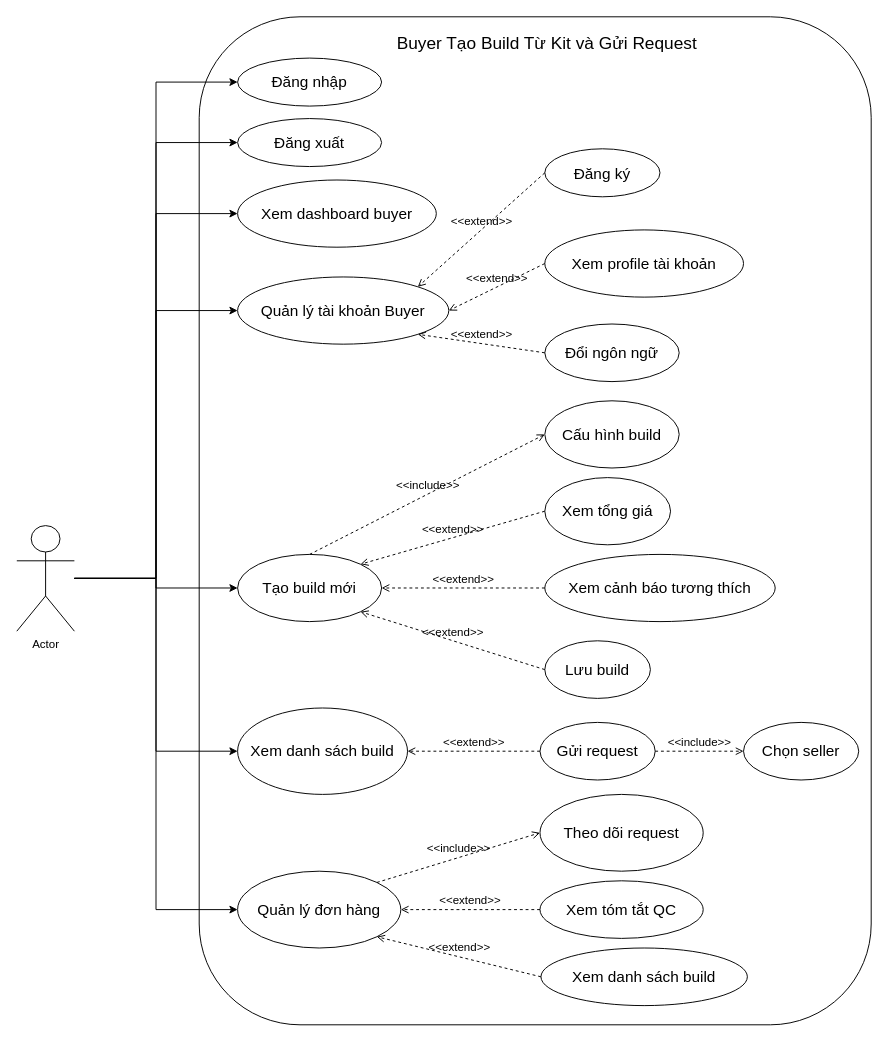
Earlier version of the draw.io diagram Buyer.drawio (hoanghieutien2006-svg/KyThuatPhanMem). Source tidied: cells renumbered, new cells numbered last; positions are measured from the earlier drawing's top-left corner, leaving out a move shared by most shapes. Both pictures are drawn from the tidied source at 96%, with x=0, y=0 at pixel (16, 16).
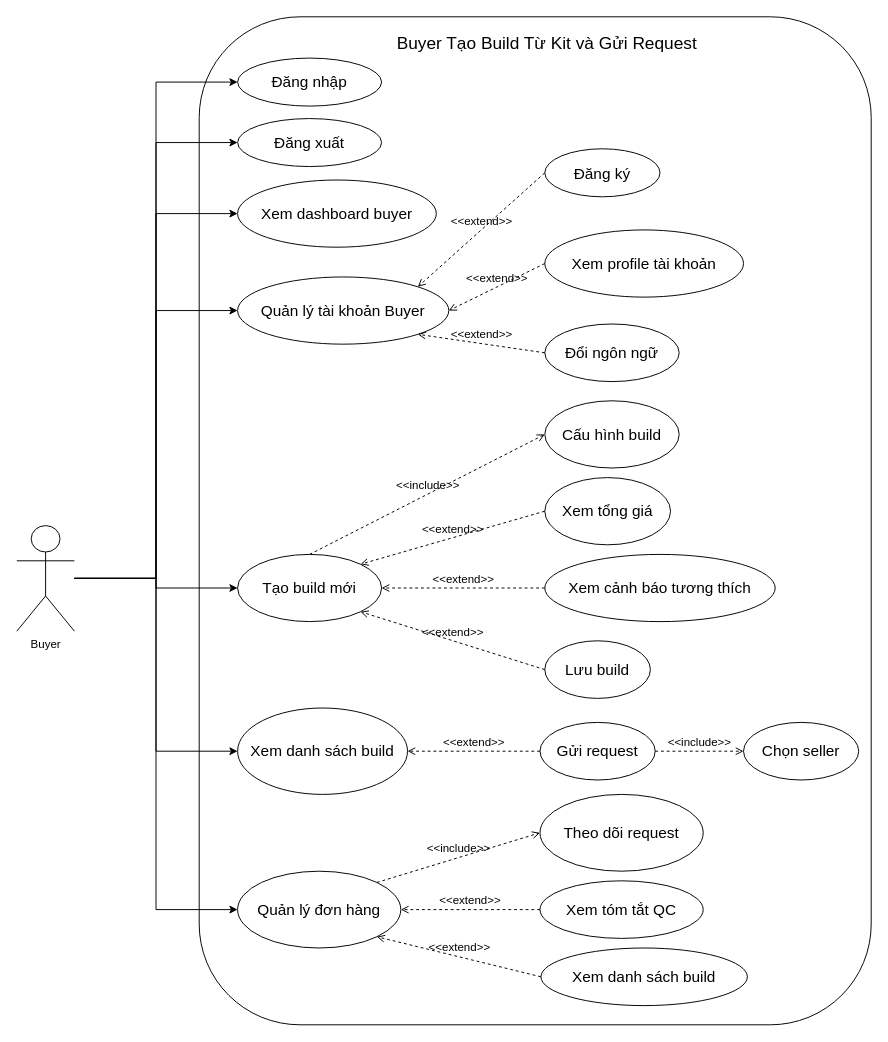
The same diagram, later.

The edit, as a diff of the source:
```diff
@@
-    <mxCell id="10" value="Actor" style="shape=umlActor;verticalLabelPosition=bottom;verticalAlign=top;html=1;outlineConnect=0;align=center;fontFamily=Helvetica;fontSize=12;fontColor=default;fillColor=none;gradientColor=none;" parent="1" vertex="1">
+    <mxCell id="10" value="Buyer&lt;div&gt;&lt;br&gt;&lt;/div&gt;" style="shape=umlActor;verticalLabelPosition=bottom;verticalAlign=top;html=1;outlineConnect=0;align=center;fontFamily=Helvetica;fontSize=12;fontColor=default;fillColor=none;gradientColor=none;" parent="1" vertex="1">
       <mxGeometry y="530" width="60" height="110" as="geometry" />
     </mxCell>
```
